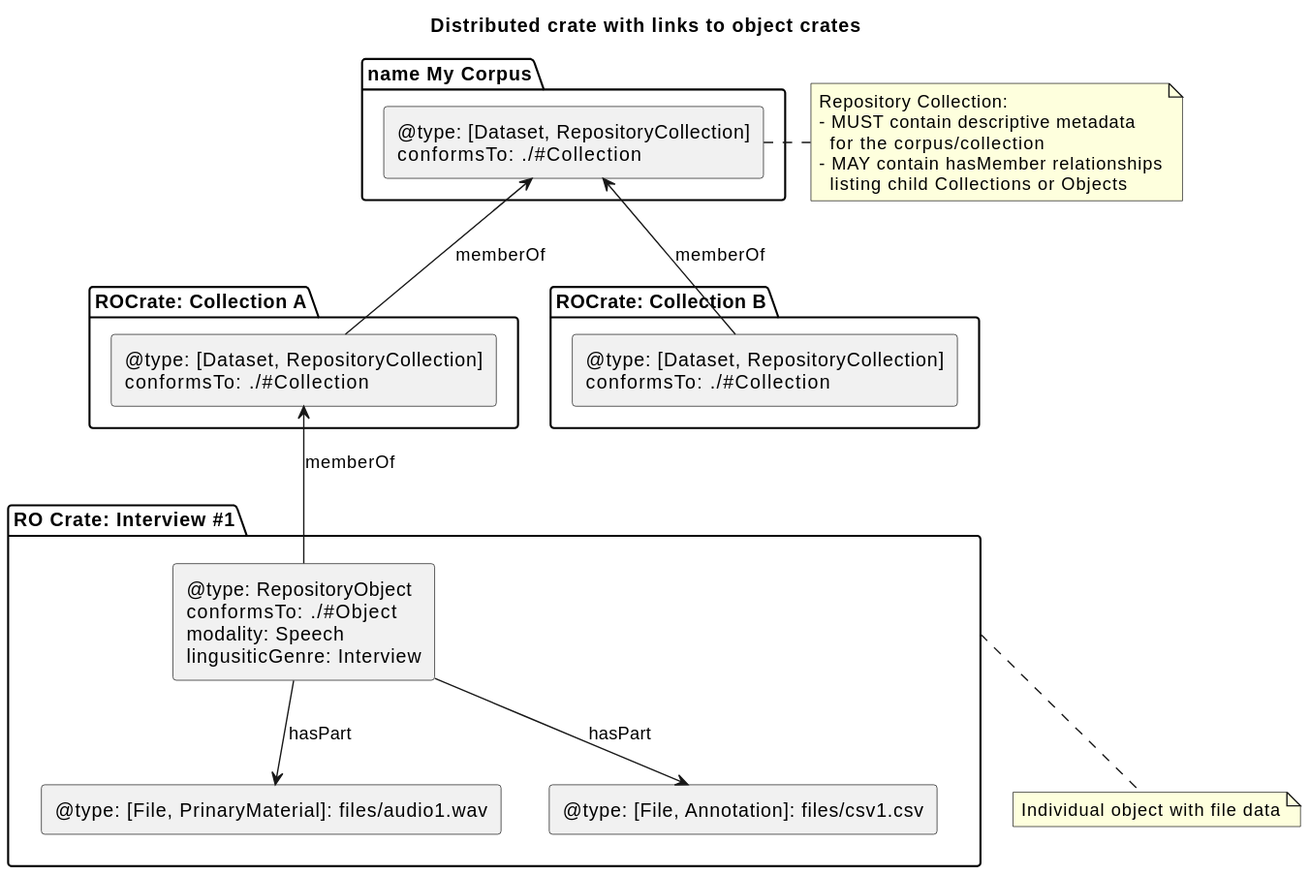
Above: profile/media/distributed-crates.svg in Language-Research-Technology/ldac-profile (PlantUML), before the change.
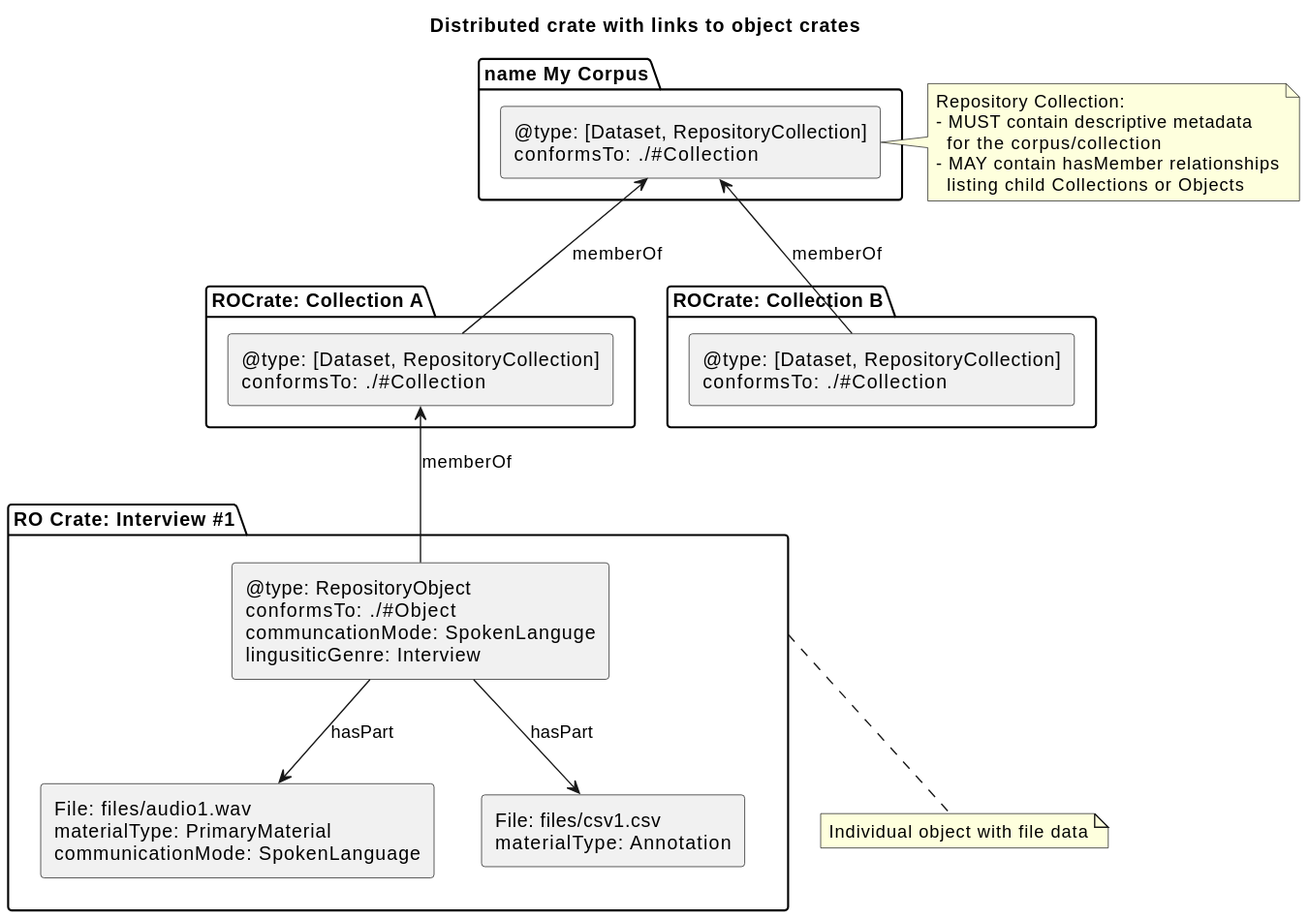
The same diagram one commit later.

The edit, as a diff of the source:
```diff
@@ -25,12 +25,16 @@
 
 
 package "RO Crate: Interview #1" as ec2 {
-  rectangle "@type: RepositoryObject\nconformsTo: ./#Object\nmodality: Speech\nlingusiticGenre: Interview" as eo1 {
+  rectangle "@type: RepositoryObject\nconformsTo: ./#Object\ncommuncationMode: SpokenLanguge\nlingusiticGenre: Interview" as eo1 {
 
    }
-   rectangle "@type: [File, PrinaryMaterial]:  files/audio1.wav" as ea1
-   rectangle "@type: [File, Annotation]: files/csv1.csv" as ecsv1
-   }
+
+ rectangle "File: files/audio1.wav\nmaterialType: PrimaryMaterial\ncommunicationMode: SpokenLanguage" as ea1
+   rectangle "File: files/csv1.csv\nmaterialType: Annotation" as ecsv1
+
+
+
+      }
 
 
 
@@ -45,5 +49,4 @@
 
 
 note bottom of ec2 : Individual object with file data
-
 @enduml
```
